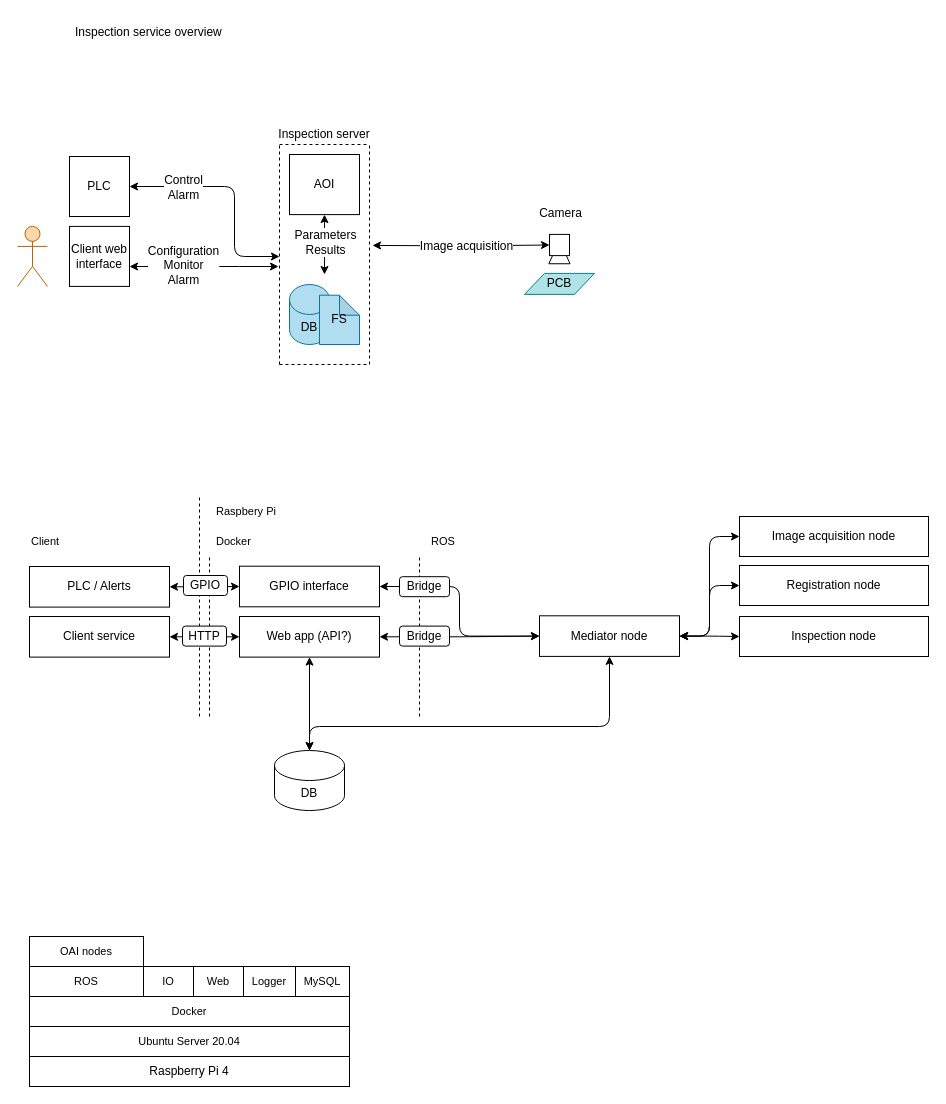
Above: page "System architecture overview" (1 of 5) of design.drawio in ChrnyaevEK/open-aoi (draw.io), before the change. Source tidied: cells renumbered, new cells numbered last; positions are measured from the earlier drawing's top-left corner, leaving out a move shared by most shapes. Both pictures are drawn from the tidied source at 100%, with x=0, y=0 at pixel (17, 17).
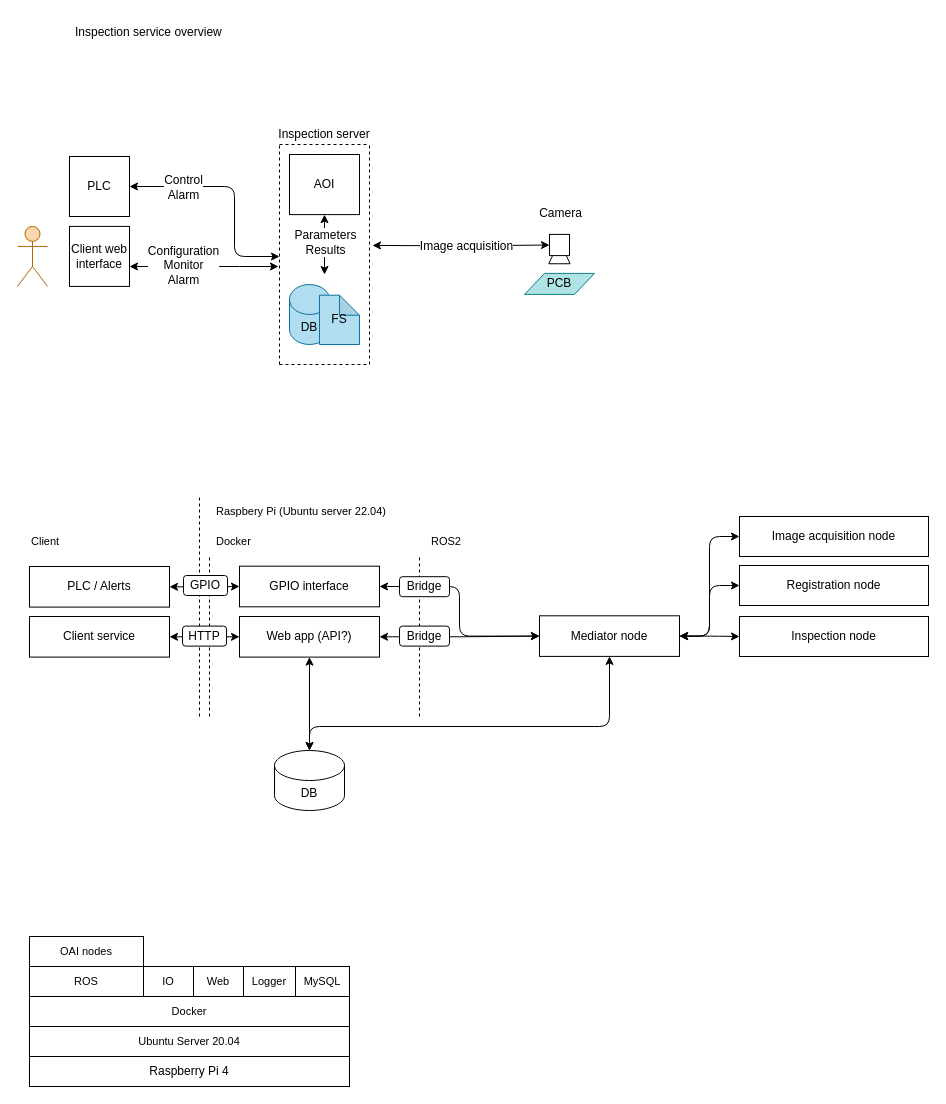
After the change.

Change to the diagram source:
```diff
@@
-    <mxCell id="49" value="ROS" style="text;html=1;strokeColor=none;fillColor=none;align=left;verticalAlign=middle;whiteSpace=wrap;rounded=0;fontSize=11;" parent="1" vertex="1">
+    <mxCell id="49" value="ROS2" style="text;html=1;strokeColor=none;fillColor=none;align=left;verticalAlign=middle;whiteSpace=wrap;rounded=0;fontSize=11;" parent="1" vertex="1">
       <mxGeometry x="412" y="509" width="170" height="30" as="geometry" />
     </mxCell>
@@
-    <mxCell id="59" value="Raspbery Pi" style="text;html=1;strokeColor=none;fillColor=none;align=left;verticalAlign=middle;whiteSpace=wrap;rounded=0;fontSize=11;" parent="1" vertex="1">
-      <mxGeometry x="197" y="479" width="170" height="30" as="geometry" />
+    <mxCell id="59" value="Raspbery Pi (Ubuntu server 22.04)" style="text;html=1;strokeColor=none;fillColor=none;align=left;verticalAlign=middle;whiteSpace=wrap;rounded=0;fontSize=11;" parent="1" vertex="1">
+      <mxGeometry x="197" y="479" width="186" height="30" as="geometry" />
     </mxCell>
```
